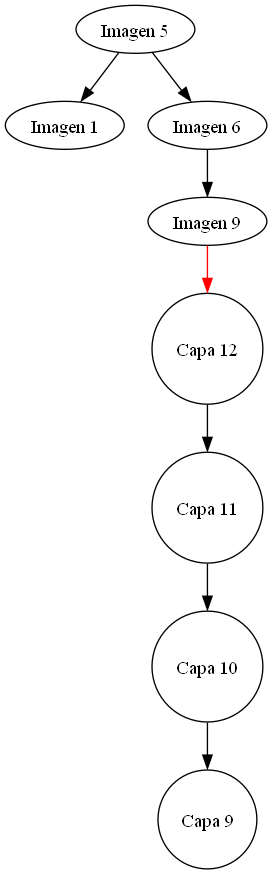
This is img/Imagenes-capa.png from C-FernandoSazo/EDD_PROYECTOF2_202202906, a Graphviz export, as it was before one commit. Its source is kept beside it as dot/Imagenes-capa.dot.
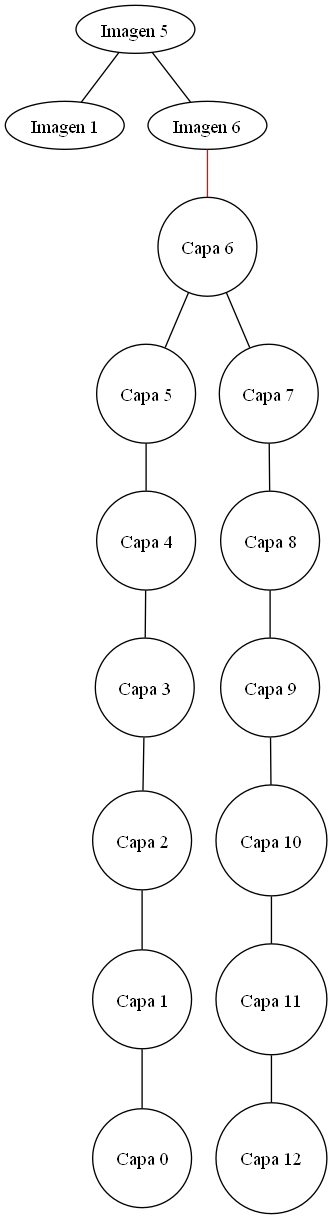
Later version of the same file.

The edit, as a diff of the source:
```diff
@@ -1,20 +1,36 @@
- digraph ALV_BB {
+ graph ALV_BB {
 5[label="Imagen 5"]
-           5  ->            1
+           5  --            1
 1[label="Imagen 1"]
-           5  ->            6
+           5  --            6
 6[label="Imagen 6"]
-           6  ->            9
-9[label="Imagen 9"]
  subgraph capas {
  node [shape=circle];
+"Capa6" [label="Capa 6"]
+"Capa6" -- "Capa5"
+"Capa5" [label="Capa 5"]
+"Capa5" -- "Capa4"
+"Capa4" [label="Capa 4"]
+"Capa4" -- "Capa3"
+"Capa3" [label="Capa 3"]
+"Capa3" -- "Capa2"
+"Capa2" [label="Capa 2"]
+"Capa2" -- "Capa1"
+"Capa1" [label="Capa 1"]
+"Capa1" -- "Capa0"
+"Capa0" [label="Capa 0"]
+"Capa6" -- "Capa7"
+"Capa7" [label="Capa 7"]
+"Capa7" -- "Capa8"
+"Capa8" [label="Capa 8"]
+"Capa8" -- "Capa9"
+"Capa9" [label="Capa 9"]
+"Capa9" -- "Capa10"
+"Capa10" [label="Capa 10"]
+"Capa10" -- "Capa11"
+"Capa11" [label="Capa 11"]
+"Capa11" -- "Capa12"
 "Capa12" [label="Capa 12"]
-"Capa12" -> "Capa11"
-"Capa11" [label="Capa 11"]
-"Capa11" -> "Capa10"
-"Capa10" [label="Capa 10"]
-"Capa10" -> "Capa9"
-"Capa9" [label="Capa 9"]
  }
-9 -> "Capa12" [color=red];
+6 -- "Capa6" [color=red];
  }
```
